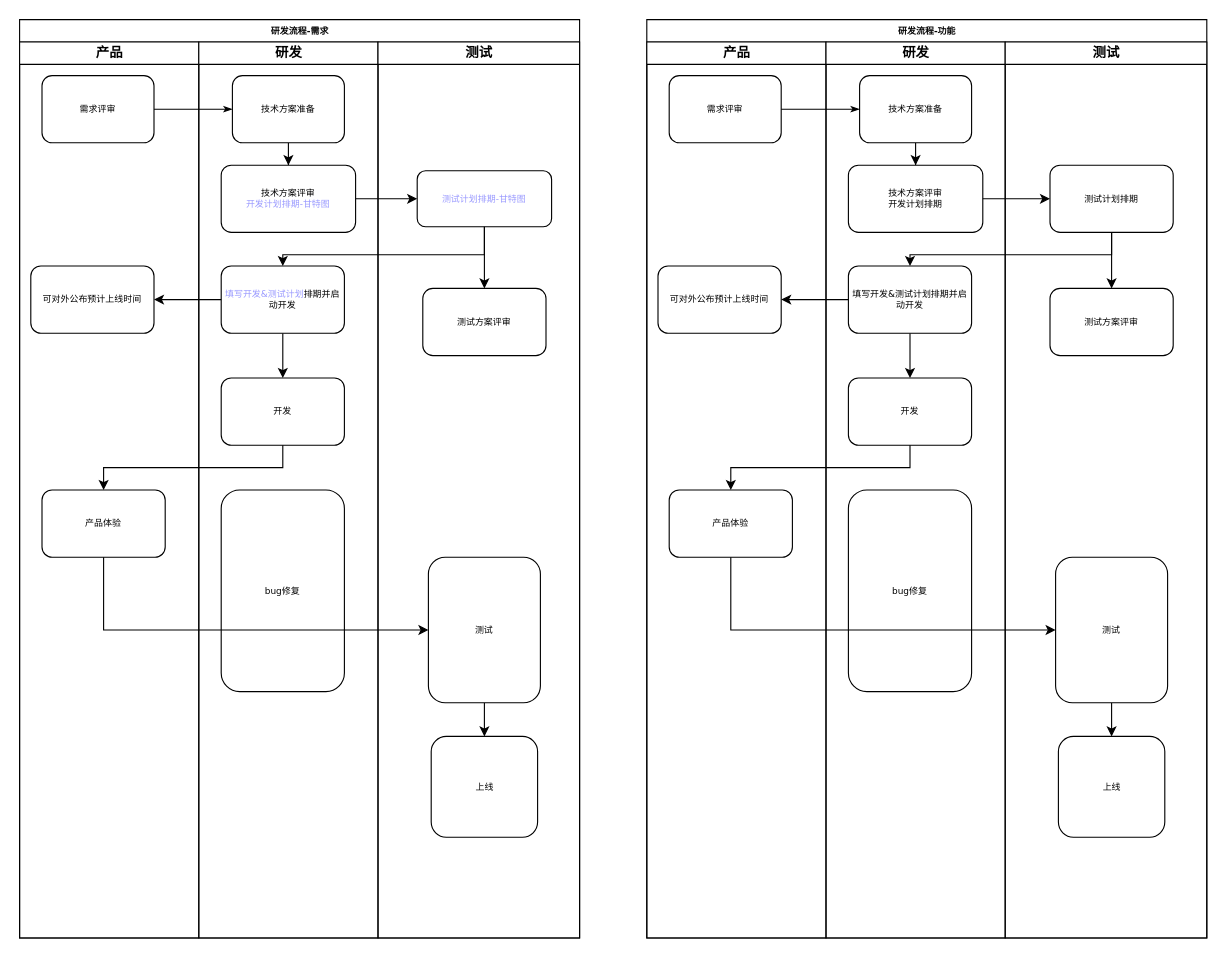
a444878151/draw keeps this draw.io diagram as 研发流程设计.drawio. Above is the earlier version. Source tidied: cells renumbered, new cells numbered last; positions are measured from the earlier drawing's top-left corner, leaving out a move shared by most shapes. Both pictures are drawn from the tidied source at 112%, with x=0, y=0 at pixel (19, 19).
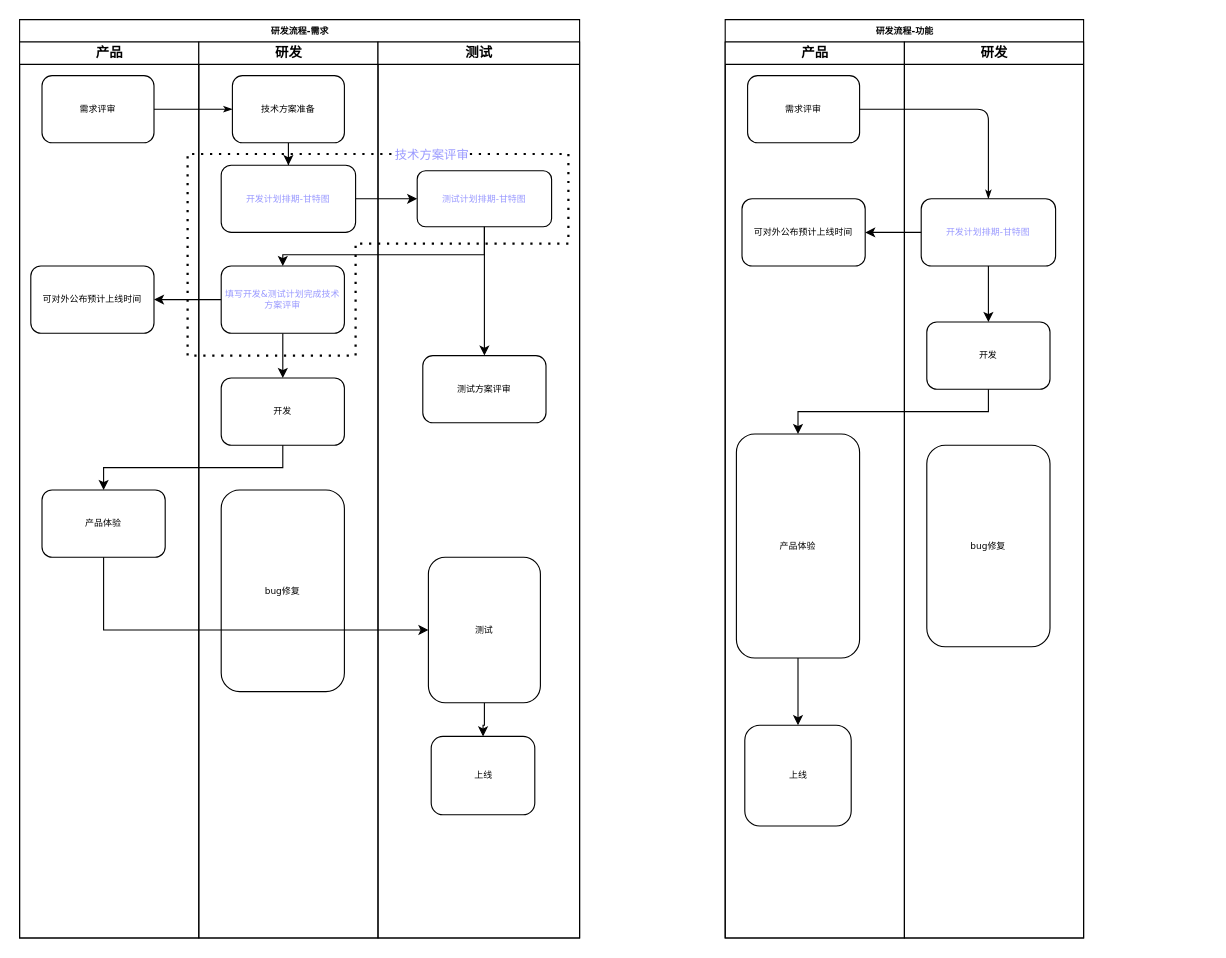
The same diagram, later.

Commit message (it also covers changes not shown here):
更新研发流程设计.drawio

The change refers to these unchanged cells:
```xml
<mxCell id="8" value="研发" style="swimlane;html=1;startSize=20;" parent="2" vertex="1">
  <mxGeometry x="160" y="20" width="160" height="800" as="geometry" />
</mxCell>
<mxCell id="16" value="测试" style="swimlane;html=1;startSize=20;" parent="2" vertex="1">
  <mxGeometry x="320" y="20" width="180" height="800" as="geometry" />
</mxCell>
<mxCell id="29" value="产品" style="swimlane;html=1;startSize=20;" parent="28" vertex="1">
  <mxGeometry y="20" width="160" height="800" as="geometry" />
</mxCell>
<mxCell id="30" value="需求评审" style="rounded=1;whiteSpace=wrap;html=1;shadow=0;labelBackgroundColor=none;strokeWidth=1;fontFamily=Verdana;fontSize=8;align=center;" parent="29" vertex="1">
  <mxGeometry x="20" y="30" width="100" height="60" as="geometry" />
</mxCell>
<mxCell id="34" value="研发" style="swimlane;html=1;startSize=20;" parent="28" vertex="1">
  <mxGeometry x="160" y="20" width="160" height="800" as="geometry" />
</mxCell>
```

Change to the diagram source:
```diff
@@
-    <mxCell id="11" value="技术方案评审&lt;br&gt;&lt;font color=&quot;#9999ff&quot;&gt;开发计划排期-甘特图&lt;/font&gt;" style="rounded=1;whiteSpace=wrap;html=1;fontSize=8;fontFamily=Verdana;shadow=0;labelBackgroundColor=none;strokeWidth=1;" parent="8" vertex="1">
+    <mxCell id="11" value="&lt;font color=&quot;#9999ff&quot;&gt;开发计划排期-甘特图&lt;/font&gt;" style="rounded=1;whiteSpace=wrap;html=1;fontSize=8;fontFamily=Verdana;shadow=0;labelBackgroundColor=none;strokeWidth=1;" parent="8" vertex="1">
       <mxGeometry x="20" y="110" width="120" height="60" as="geometry" />
     </mxCell>
@@
-    <mxCell id="13" value="&lt;font color=&quot;#9999ff&quot;&gt;填写开发&amp;amp;测试计划&lt;/font&gt;排期并启动开发" style="rounded=1;whiteSpace=wrap;html=1;fontSize=8;fontFamily=Verdana;shadow=0;labelBackgroundColor=none;strokeWidth=1;" parent="8" vertex="1">
+    <mxCell id="13" value="&lt;font color=&quot;#9999ff&quot;&gt;填写开发&amp;amp;测试计划完成技术方案评审&lt;/font&gt;" style="rounded=1;whiteSpace=wrap;html=1;fontSize=8;fontFamily=Verdana;shadow=0;labelBackgroundColor=none;strokeWidth=1;" parent="8" vertex="1">
       <mxGeometry x="20" y="200" width="110" height="60" as="geometry" />
     </mxCell>
@@
+    <mxCell id="54" style="endArrow=none;dashed=1;html=1;dashPattern=1 3;strokeWidth=2;rounded=0;" parent="8" edge="1">
+      <mxGeometry relative="1" as="geometry">
+        <mxPoint x="-10" y="110" as="sourcePoint" />
+        <mxPoint x="-10" y="110" as="targetPoint" />
+        <Array as="points">
+          <mxPoint x="-10" y="280" />
+          <mxPoint x="140" y="280" />
+          <mxPoint x="140" y="230" />
+          <mxPoint x="140" y="180" />
+          <mxPoint x="330" y="180" />
+          <mxPoint x="330" y="100" />
+          <mxPoint x="150" y="100" />
+          <mxPoint x="-10" y="100" />
+        </Array>
+      </mxGeometry>
+    </mxCell>
+    <mxCell id="55" value="&lt;font color=&quot;#9999ff&quot;&gt;技术方案评审&lt;/font&gt;" style="edgeLabel;html=1;align=center;verticalAlign=middle;" parent="54" vertex="1">
+      <mxGeometry x="0.6" relative="1" as="geometry">
+        <mxPoint x="19" as="offset" />
+      </mxGeometry>
+    </mxCell>
@@
     <mxCell id="19" value="测试方案评审" style="rounded=1;whiteSpace=wrap;html=1;fontSize=8;fontFamily=Verdana;shadow=0;labelBackgroundColor=none;strokeWidth=1;" parent="16" vertex="1">
-      <mxGeometry x="40" y="220" width="110" height="60" as="geometry" />
+      <mxGeometry x="40" y="280" width="110" height="60" as="geometry" />
     </mxCell>
@@
     <mxCell id="22" value="上线" style="rounded=1;whiteSpace=wrap;html=1;fontSize=8;fontFamily=Verdana;shadow=0;labelBackgroundColor=none;strokeWidth=1;" parent="16" vertex="1">
-      <mxGeometry x="47.5" y="620" width="95" height="90" as="geometry" />
+      <mxGeometry x="47.5" y="620" width="92.5" height="70" as="geometry" />
     </mxCell>
@@
     <mxCell id="28" value="研发流程-功能" style="swimlane;html=1;startSize=20;rounded=0;shadow=0;labelBackgroundColor=none;strokeWidth=1;fontFamily=Verdana;fontSize=8;align=center;" parent="1" vertex="1">
-      <mxGeometry x="560" width="500" height="820" as="geometry" />
+      <mxGeometry x="630" width="320" height="820" as="geometry" />
     </mxCell>
@@
     <mxCell id="31" value="可对外公布预计上线时间" style="rounded=1;whiteSpace=wrap;html=1;fontSize=8;fontFamily=Verdana;shadow=0;labelBackgroundColor=none;strokeWidth=1;" parent="29" vertex="1">
-      <mxGeometry x="10" y="200" width="110" height="60" as="geometry" />
+      <mxGeometry x="15" y="140" width="110" height="60" as="geometry" />
     </mxCell>
+    <mxCell id="56" style="edgeStyle=orthogonalEdgeStyle;rounded=0;jettySize=auto;html=1;entryX=0.5;entryY=0;entryDx=0;entryDy=0;" parent="29" edge="1" source="32" target="48">
+      <mxGeometry relative="1" as="geometry" />
+    </mxCell>
     <mxCell id="32" value="产品体验" style="rounded=1;whiteSpace=wrap;html=1;fontSize=8;fontFamily=Verdana;shadow=0;labelBackgroundColor=none;strokeWidth=1;" parent="29" vertex="1">
-      <mxGeometry x="20" y="400" width="110" height="60" as="geometry" />
+      <mxGeometry x="10" y="350" width="110" height="200" as="geometry" />
     </mxCell>
+    <mxCell id="48" value="上线" style="rounded=1;whiteSpace=wrap;html=1;fontSize=8;fontFamily=Verdana;shadow=0;labelBackgroundColor=none;strokeWidth=1;" parent="29" vertex="1">
+      <mxGeometry x="17.5" y="610" width="95" height="90" as="geometry" />
+    </mxCell>
-    <mxCell id="33" style="edgeStyle=orthogonalEdgeStyle;rounded=1;html=1;labelBackgroundColor=none;startArrow=none;startFill=0;startSize=5;endArrow=classicThin;endFill=1;endSize=5;jettySize=auto;strokeWidth=1;fontFamily=Verdana;fontSize=8;" parent="28" edge="1" source="30" target="36">
+    <mxCell id="33" style="edgeStyle=orthogonalEdgeStyle;rounded=1;html=1;labelBackgroundColor=none;startArrow=none;startFill=0;startSize=5;endArrow=classicThin;endFill=1;endSize=5;jettySize=auto;strokeWidth=1;fontFamily=Verdana;fontSize=8;entryX=0.5;entryY=0;entryDx=0;entryDy=0;" parent="28" edge="1" source="30" target="37">
       <mxGeometry relative="1" as="geometry" />
     </mxCell>
@@
-    <mxCell id="35" style="edgeStyle=orthogonalEdgeStyle;rounded=0;jettySize=auto;html=1;" parent="34" edge="1" source="36" target="37">
-      <mxGeometry relative="1" as="geometry" />
-    </mxCell>
-    <mxCell id="36" value="技术方案准备" style="rounded=1;whiteSpace=wrap;html=1;shadow=0;labelBackgroundColor=none;strokeWidth=1;fontFamily=Verdana;fontSize=8;align=center;" parent="34" vertex="1">
-      <mxGeometry x="30" y="30" width="100" height="60" as="geometry" />
-    </mxCell>
-    <mxCell id="37" value="技术方案评审&lt;br&gt;开发计划排期" style="rounded=1;whiteSpace=wrap;html=1;fontSize=8;fontFamily=Verdana;shadow=0;labelBackgroundColor=none;strokeWidth=1;" parent="34" vertex="1">
-      <mxGeometry x="20" y="110" width="120" height="60" as="geometry" />
+    <mxCell id="37" value="&lt;font color=&quot;#9999ff&quot;&gt;开发计划排期-甘特图&lt;/font&gt;" style="rounded=1;whiteSpace=wrap;html=1;fontSize=8;fontFamily=Verdana;shadow=0;labelBackgroundColor=none;strokeWidth=1;" parent="34" vertex="1">
+      <mxGeometry x="15" y="140" width="120" height="60" as="geometry" />
     </mxCell>
-    <mxCell id="38" style="edgeStyle=orthogonalEdgeStyle;rounded=0;jettySize=auto;html=1;" parent="34" edge="1" source="39" target="40">
+    <mxCell id="38" style="edgeStyle=orthogonalEdgeStyle;rounded=0;jettySize=auto;html=1;exitX=0.5;exitY=1;exitDx=0;exitDy=0;" parent="34" edge="1" source="37" target="40">
       <mxGeometry relative="1" as="geometry" />
     </mxCell>
-    <mxCell id="39" value="填写开发&amp;amp;测试计划排期并启动开发" style="rounded=1;whiteSpace=wrap;html=1;fontSize=8;fontFamily=Verdana;shadow=0;labelBackgroundColor=none;strokeWidth=1;" parent="34" vertex="1">
-      <mxGeometry x="20" y="200" width="110" height="60" as="geometry" />
-    </mxCell>
     <mxCell id="40" value="开发" style="rounded=1;whiteSpace=wrap;html=1;fontSize=8;fontFamily=Verdana;shadow=0;labelBackgroundColor=none;strokeWidth=1;" parent="34" vertex="1">
-      <mxGeometry x="20" y="300" width="110" height="60" as="geometry" />
+      <mxGeometry x="20" y="250" width="110" height="60" as="geometry" />
     </mxCell>
     <mxCell id="41" value="bug修复" style="rounded=1;whiteSpace=wrap;html=1;fontSize=8;fontFamily=Verdana;shadow=0;labelBackgroundColor=none;strokeWidth=1;" parent="34" vertex="1">
-      <mxGeometry x="20" y="400" width="110" height="180" as="geometry" />
+      <mxGeometry x="20" y="360" width="110" height="180" as="geometry" />
     </mxCell>
-    <mxCell id="42" value="测试" style="swimlane;html=1;startSize=20;" parent="28" vertex="1">
-      <mxGeometry x="320" y="20" width="180" height="800" as="geometry" />
-    </mxCell>
-    <mxCell id="43" style="edgeStyle=orthogonalEdgeStyle;rounded=0;jettySize=auto;html=1;" parent="42" edge="1" source="44" target="45">
-      <mxGeometry relative="1" as="geometry" />
-    </mxCell>
-    <mxCell id="44" value="测试计划排期" style="rounded=1;whiteSpace=wrap;html=1;fontSize=8;fontFamily=Verdana;shadow=0;labelBackgroundColor=none;strokeWidth=1;" parent="42" vertex="1">
-      <mxGeometry x="40" y="110" width="110" height="60" as="geometry" />
-    </mxCell>
-    <mxCell id="45" value="测试方案评审" style="rounded=1;whiteSpace=wrap;html=1;fontSize=8;fontFamily=Verdana;shadow=0;labelBackgroundColor=none;strokeWidth=1;" parent="42" vertex="1">
-      <mxGeometry x="40" y="220" width="110" height="60" as="geometry" />
-    </mxCell>
-    <mxCell id="46" style="edgeStyle=orthogonalEdgeStyle;rounded=0;jettySize=auto;html=1;" parent="42" edge="1" source="47" target="48">
-      <mxGeometry relative="1" as="geometry" />
-    </mxCell>
-    <mxCell id="47" value="测试" style="rounded=1;whiteSpace=wrap;html=1;fontSize=8;fontFamily=Verdana;shadow=0;labelBackgroundColor=none;strokeWidth=1;" parent="42" vertex="1">
-      <mxGeometry x="45" y="460" width="100" height="130" as="geometry" />
-    </mxCell>
-    <mxCell id="48" value="上线" style="rounded=1;whiteSpace=wrap;html=1;fontSize=8;fontFamily=Verdana;shadow=0;labelBackgroundColor=none;strokeWidth=1;" parent="42" vertex="1">
-      <mxGeometry x="47.5" y="620" width="95" height="90" as="geometry" />
-    </mxCell>
-    <mxCell id="49" style="edgeStyle=orthogonalEdgeStyle;rounded=0;jettySize=auto;html=1;" parent="28" edge="1" source="37" target="44">
-      <mxGeometry relative="1" as="geometry" />
-    </mxCell>
-    <mxCell id="50" style="edgeStyle=orthogonalEdgeStyle;rounded=0;jettySize=auto;html=1;" parent="28" edge="1" source="44" target="39">
-      <mxGeometry relative="1" as="geometry">
-        <Array as="points">
-          <mxPoint x="415" y="210" />
-          <mxPoint x="235" y="210" />
-        </Array>
-      </mxGeometry>
-    </mxCell>
-    <mxCell id="51" style="edgeStyle=orthogonalEdgeStyle;rounded=0;jettySize=auto;html=1;" parent="28" edge="1" source="39" target="31">
-      <mxGeometry relative="1" as="geometry" />
-    </mxCell>
@@
-    <mxCell id="53" style="edgeStyle=orthogonalEdgeStyle;rounded=0;jettySize=auto;html=1;exitX=0.5;exitY=1;exitDx=0;exitDy=0;" parent="28" edge="1" source="32" target="47">
-      <mxGeometry relative="1" as="geometry" />
-    </mxCell>
+    <mxCell id="57" style="edgeStyle=orthogonalEdgeStyle;rounded=0;jettySize=auto;html=1;" parent="28" edge="1" source="37" target="31">
+      <mxGeometry relative="1" as="geometry" />
+    </mxCell>
```
